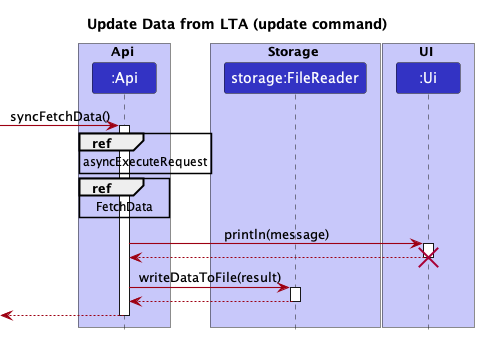
Before: docs/images/UpdateApiSequenceDiagram.png, a diagram exported from PlantUML (nus-cs2113-AY2223S1/tp).
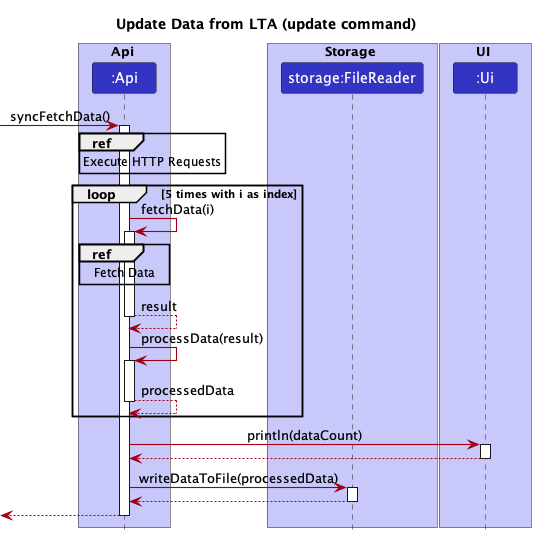
Later version of the same file.

Commit message:
Added sequence diagram

Diff of the diagram source:
```diff
@@ -22,17 +22,27 @@
 
 [-> Api : syncFetchData()
 activate Api
+ref over Api : Execute HTTP Requests
+loop 5 times with i as index
+Api -> Api : fetchData(i)
+activate Api
+ref over Api : Fetch Data
+Api --> Api : result
+deactivate Api
 
-ref over Api : asyncExecuteRequest
-ref over Api : FetchData
+Api -> Api : processData(result)
+activate Api
 
-Api -> ui : println(message)
+Api --> Api : processedData
+deactivate Api
+
+end
+Api -> ui : println(dataCount)
 activate ui
 ui --> Api
 deactivate ui
-destroy ui
 
-Api -> FileReader : writeDataToFile(result)
+Api -> FileReader : writeDataToFile(processedData)
 activate FileReader
 FileReader --> Api
 deactivate FileReader
```
